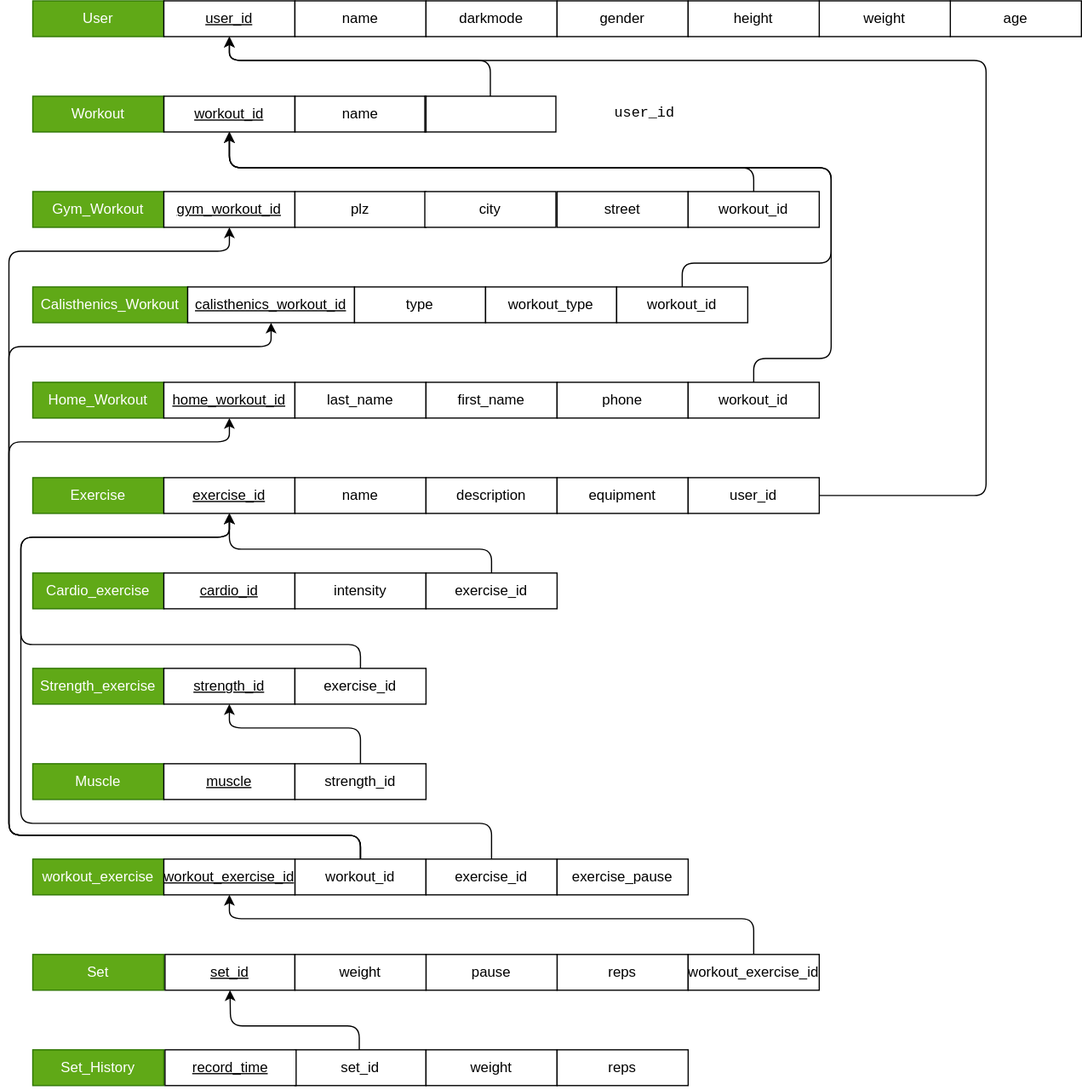
Johannes0220/DatabaseProject keeps this draw.io diagram as DataBase-RelationasSchema.drawio.svg. Above is the earlier version. Source tidied: cells renumbered, new cells last; positions are measured from the earlier drawing's top-left corner, leaving out a move shared by most shapes.
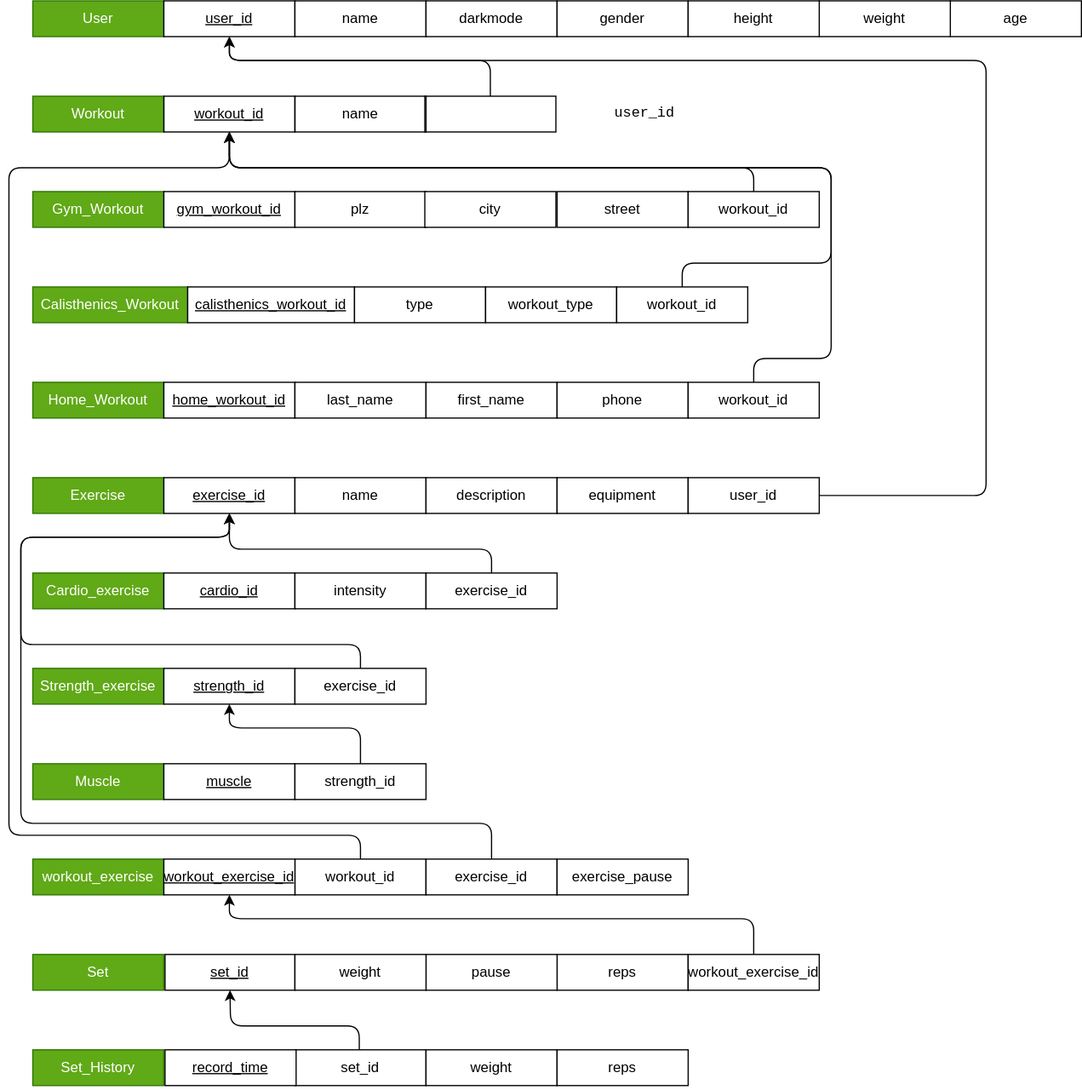
The same diagram one commit later.

Commit message:
Fix wrong foreign key arrows + formatting

What changed in the source:
```diff
@@ -79,37 +79,15 @@
     <mxCell id="22" value="workout_exercise" style="whiteSpace=wrap;html=1;fillColor=#60a917;fontColor=#ffffff;strokeColor=#2D7600;" parent="1" vertex="1">
       <mxGeometry x="20" y="720" width="110" height="30" as="geometry" />
     </mxCell>
-    <mxCell id="23" style="edgeStyle=none;html=1;exitX=0.5;exitY=0;exitDx=0;exitDy=0;entryX=0.5;entryY=1;entryDx=0;entryDy=0;" parent="1" edge="1" source="26" target="49">
-      <mxGeometry relative="1" as="geometry">
-        <Array as="points">
-          <mxPoint x="295" y="700" />
-          <mxPoint y="700" />
-          <mxPoint y="450" />
-          <mxPoint y="370" />
-          <mxPoint x="185" y="370" />
-        </Array>
-      </mxGeometry>
-    </mxCell>
-    <mxCell id="24" style="edgeStyle=none;html=1;exitX=0.5;exitY=0;exitDx=0;exitDy=0;entryX=0.5;entryY=1;entryDx=0;entryDy=0;" parent="1" edge="1" source="26" target="47">
-      <mxGeometry relative="1" as="geometry">
-        <Array as="points">
-          <mxPoint x="295" y="700" />
-          <mxPoint y="700" />
-          <mxPoint y="450" />
-          <mxPoint y="290" />
-          <mxPoint x="220" y="290" />
-        </Array>
-      </mxGeometry>
-    </mxCell>
-    <mxCell id="25" style="edgeStyle=none;html=1;exitX=0.5;exitY=0;exitDx=0;exitDy=0;entryX=0.5;entryY=1;entryDx=0;entryDy=0;" parent="1" edge="1" source="26" target="44">
+    <mxCell id="25" style="edgeStyle=none;html=1;exitX=0.5;exitY=0;exitDx=0;exitDy=0;entryX=0.5;entryY=1;entryDx=0;entryDy=0;" parent="1" edge="1" source="26" target="11">
       <mxGeometry relative="1" as="geometry">
         <Array as="points">
           <mxPoint x="295" y="700" />
           <mxPoint y="700" />
           <mxPoint y="610" />
           <mxPoint y="450" />
-          <mxPoint y="210" />
-          <mxPoint x="185" y="210" />
+          <mxPoint y="140" />
+          <mxPoint x="185" y="140" />
         </Array>
       </mxGeometry>
     </mxCell>
```
